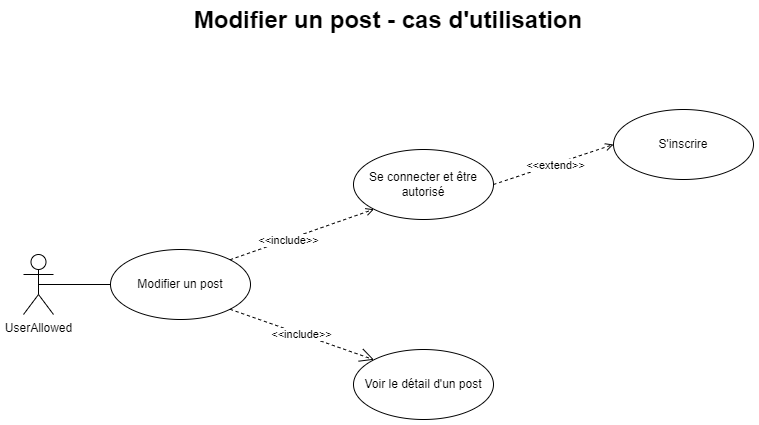
The draw.io diagram documents/uml/utilisation/casModifierPost.png in Marine-Sanson/ocprojet5, before a commit. Source tidied: cells renumbered, new cells last; positions are measured from the earlier drawing's top-left corner, leaving out a move shared by most shapes. Source of this version:
```xml
<mxGraphModel>
  <root>
    <mxCell id="0" />
    <mxCell id="1" parent="0" />
    <mxCell id="2" style="rounded=0;jettySize=auto;html=1;exitX=0.5;exitY=0.5;exitDx=0;exitDy=0;exitPerimeter=0;entryX=0;entryY=0.5;entryDx=0;entryDy=0;endArrow=none;endFill=0;" parent="1" edge="1" source="3" target="5">
      <mxGeometry relative="1" as="geometry" />
    </mxCell>
    <mxCell id="3" value="UserAllowed" style="shape=umlActor;verticalLabelPosition=bottom;verticalAlign=top;html=1;outlineConnect=0;" parent="1" vertex="1">
      <mxGeometry y="249" width="30" height="60" as="geometry" />
    </mxCell>
    <mxCell id="4" value="&lt;div style=&quot;font-size: 24px;&quot;&gt;&lt;b&gt;Modifier un post - cas d'utilisation&lt;br&gt;&lt;/b&gt;&lt;/div&gt;" style="text;html=1;strokeColor=none;fillColor=none;align=center;verticalAlign=middle;whiteSpace=wrap;rounded=0;" parent="1" vertex="1">
      <mxGeometry x="165" width="400" height="30" as="geometry" />
    </mxCell>
    <mxCell id="5" value="Modifier un post" style="ellipse;whiteSpace=wrap;html=1;" parent="1" vertex="1">
      <mxGeometry x="87" y="244" width="140" height="70" as="geometry" />
    </mxCell>
    <mxCell id="6" value="&amp;lt;&amp;lt;include&amp;gt;&amp;gt;" style="html=1;verticalAlign=bottom;endArrow=open;elbow=vertical;rounded=0;exitX=1;exitY=0;exitDx=0;exitDy=0;entryX=0;entryY=1;entryDx=0;entryDy=0;dashed=1;endFill=0;" parent="1" edge="1" source="5" target="8">
      <mxGeometry x="-0.24" y="-10" relative="1" as="geometry" />
    </mxCell>
    <mxCell id="7" value="&amp;lt;&amp;lt;extend&amp;gt;&amp;gt;" style="html=1;verticalAlign=bottom;endArrow=open;elbow=vertical;rounded=0;exitX=1;exitY=0.5;exitDx=0;exitDy=0;entryX=0;entryY=0.5;entryDx=0;entryDy=0;dashed=1;endFill=0;" parent="1" edge="1" source="8" target="9">
      <mxGeometry x="-0.03" y="-10" relative="1" as="geometry" />
    </mxCell>
    <mxCell id="8" value="Se connecter et être autorisé" style="ellipse;whiteSpace=wrap;html=1;" parent="1" vertex="1">
      <mxGeometry x="330" y="144" width="140" height="70" as="geometry" />
    </mxCell>
    <mxCell id="9" value="S'inscrire" style="ellipse;whiteSpace=wrap;html=1;" parent="1" vertex="1">
      <mxGeometry x="590" y="104" width="140" height="70" as="geometry" />
    </mxCell>
    <mxCell id="10" value="Voir le détail d'un post" style="ellipse;whiteSpace=wrap;html=1;" parent="1" vertex="1">
      <mxGeometry x="330" y="344" width="140" height="70" as="geometry" />
    </mxCell>
    <mxCell id="11" value="&amp;lt;&amp;lt;include&amp;gt;&amp;gt;" style="endArrow=open;endSize=12;dashed=1;html=1;rounded=0;exitX=1;exitY=1;exitDx=0;exitDy=0;entryX=0;entryY=0;entryDx=0;entryDy=0;" parent="1" edge="1" source="5" target="10">
      <mxGeometry relative="1" as="geometry" />
    </mxCell>
  </root>
</mxGraphModel>
```
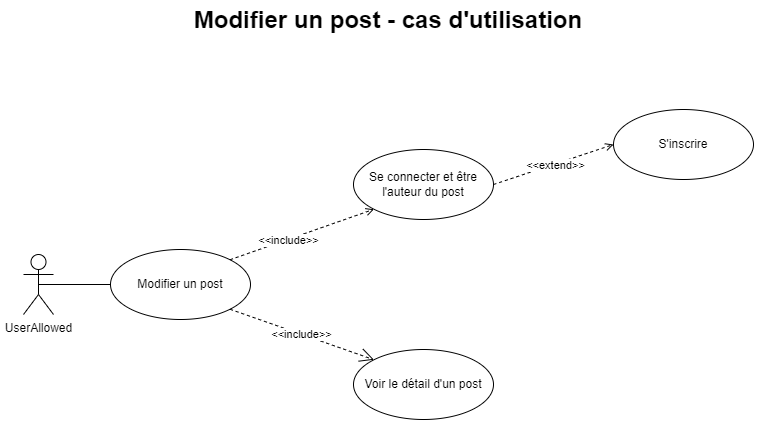
Later version of the same file.

Commit message:
little change in uml diagram

Diff of the diagram source:
```diff
@@ -20,7 +20,7 @@
     <mxCell id="7" value="&amp;lt;&amp;lt;extend&amp;gt;&amp;gt;" style="html=1;verticalAlign=bottom;endArrow=open;elbow=vertical;rounded=0;exitX=1;exitY=0.5;exitDx=0;exitDy=0;entryX=0;entryY=0.5;entryDx=0;entryDy=0;dashed=1;endFill=0;" parent="1" edge="1" source="8" target="9">
       <mxGeometry x="-0.03" y="-10" relative="1" as="geometry" />
     </mxCell>
-    <mxCell id="8" value="Se connecter et être autorisé" style="ellipse;whiteSpace=wrap;html=1;" parent="1" vertex="1">
+    <mxCell id="8" value="Se connecter et être l'auteur du post" style="ellipse;whiteSpace=wrap;html=1;" parent="1" vertex="1">
       <mxGeometry x="330" y="144" width="140" height="70" as="geometry" />
     </mxCell>
     <mxCell id="9" value="S'inscrire" style="ellipse;whiteSpace=wrap;html=1;" parent="1" vertex="1">
```
